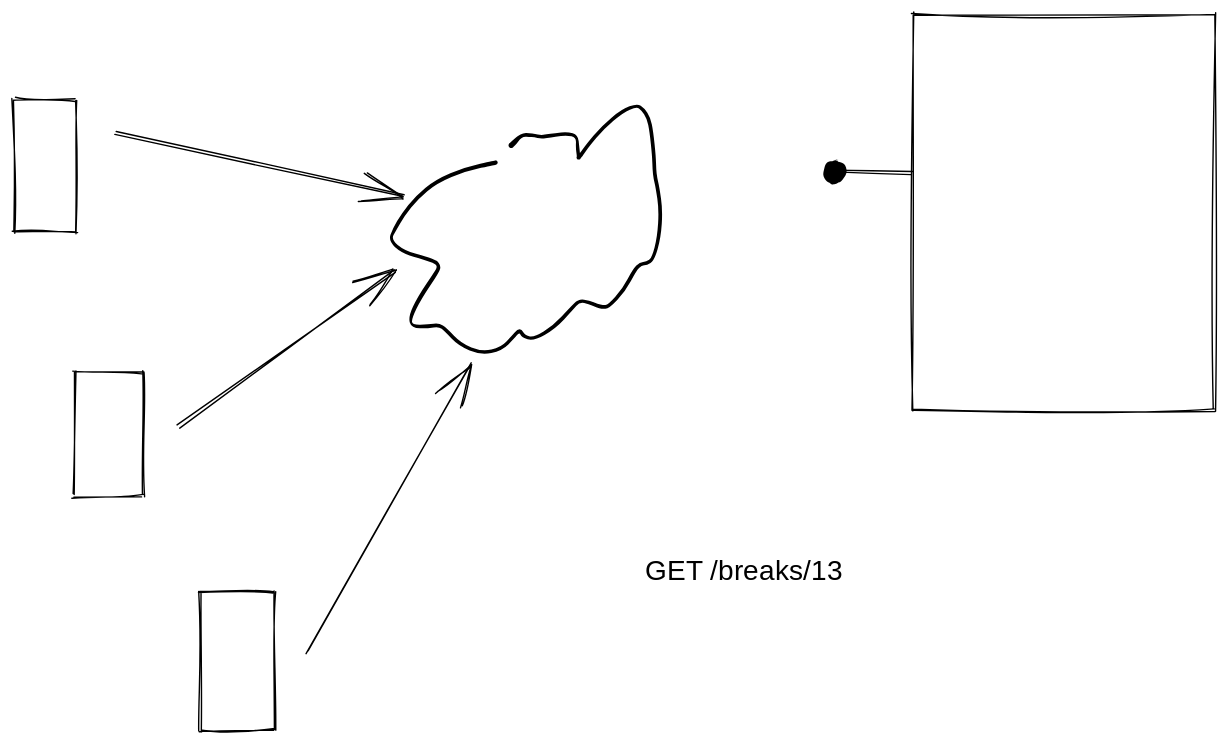
This is instructor-notes/distributed-apps.excalidraw.svg from hypertheory-training/intro-to-programming-dec-2022, a Excalidraw export, as it was before one commit. Source tidied: one line per element, renumbered; positions are measured from the earlier drawing's top-left corner, leaving out a move shared by most shapes. Source of this version:
```json
{"id": 0, "type": "rectangle", "strokeColor": "#000000", "strokeWidth": 1, "roughness": 1, "x": 642, "y": 0, "width": 216, "height": 283}
{"id": 1, "type": "rectangle", "strokeColor": "#000000", "strokeWidth": 1, "roughness": 1, "x": 0, "y": 61, "width": 44, "height": 94}
{"id": 2, "type": "rectangle", "strokeColor": "#000000", "strokeWidth": 1, "roughness": 1, "x": 43, "y": 255, "width": 49, "height": 89}
{"id": 3, "type": "rectangle", "strokeColor": "#000000", "strokeWidth": 1, "roughness": 1, "x": 133, "y": 412, "width": 53, "height": 100}
{"id": 4, "type": "freedraw", "strokeColor": "#000000", "strokeWidth": 1, "roughness": 1, "x": 344, "y": 106, "width": 198, "height": 184, "points": [[0, 0], [-37, 8], [-67, 34], [-77, 56], [-59, 70], [-37, 73], [-42, 80], [-66, 121], [-39, 117], [-32, 122], [1, 141], [19, 118], [19, 120], [33, 128], [63, 95], [72, 101], [79, 104], [100, 82], [107, 69], [116, 67], [119, 19], [113, 6], [113, -12], [108, -39], [98, -43], [66, -16], [58, -1], [58, -16], [46, -22], [32, -18], [25, -20], [17, -20], [14, -15], [11, -13], [11, -12]]}
{"id": 5, "type": "arrow", "strokeColor": "#000000", "strokeWidth": 1, "roughness": 1, "endArrowhead": "arrow", "x": 72, "y": 85, "width": 207, "height": 45, "points": [[0, 0], [207, 45]]}
{"id": 6, "type": "arrow", "strokeColor": "#000000", "strokeWidth": 1, "roughness": 1, "endArrowhead": "arrow", "x": 117, "y": 294, "width": 155, "height": 110, "points": [[0, 0], [155, -110]]}
{"id": 7, "type": "arrow", "strokeColor": "#000000", "strokeWidth": 1, "roughness": 1, "endArrowhead": "arrow", "x": 210, "y": 456, "width": 116, "height": 207, "points": [[0, 0], [116, -207]]}
{"id": 8, "type": "arrow", "strokeColor": "#000000", "strokeWidth": 1, "roughness": 1, "endArrowhead": "dot", "from": 0, "x": 641, "y": 113, "width": 56, "height": 1, "points": [[0, 0], [-56, -1]]}
{"id": 9, "type": "text", "text": "GET /breaks/13\n", "strokeColor": "#000000", "strokeWidth": 1, "roughness": 1, "fontSize": 20, "fontFamily": 3, "x": 451, "y": 382, "width": 136, "height": 54}
```
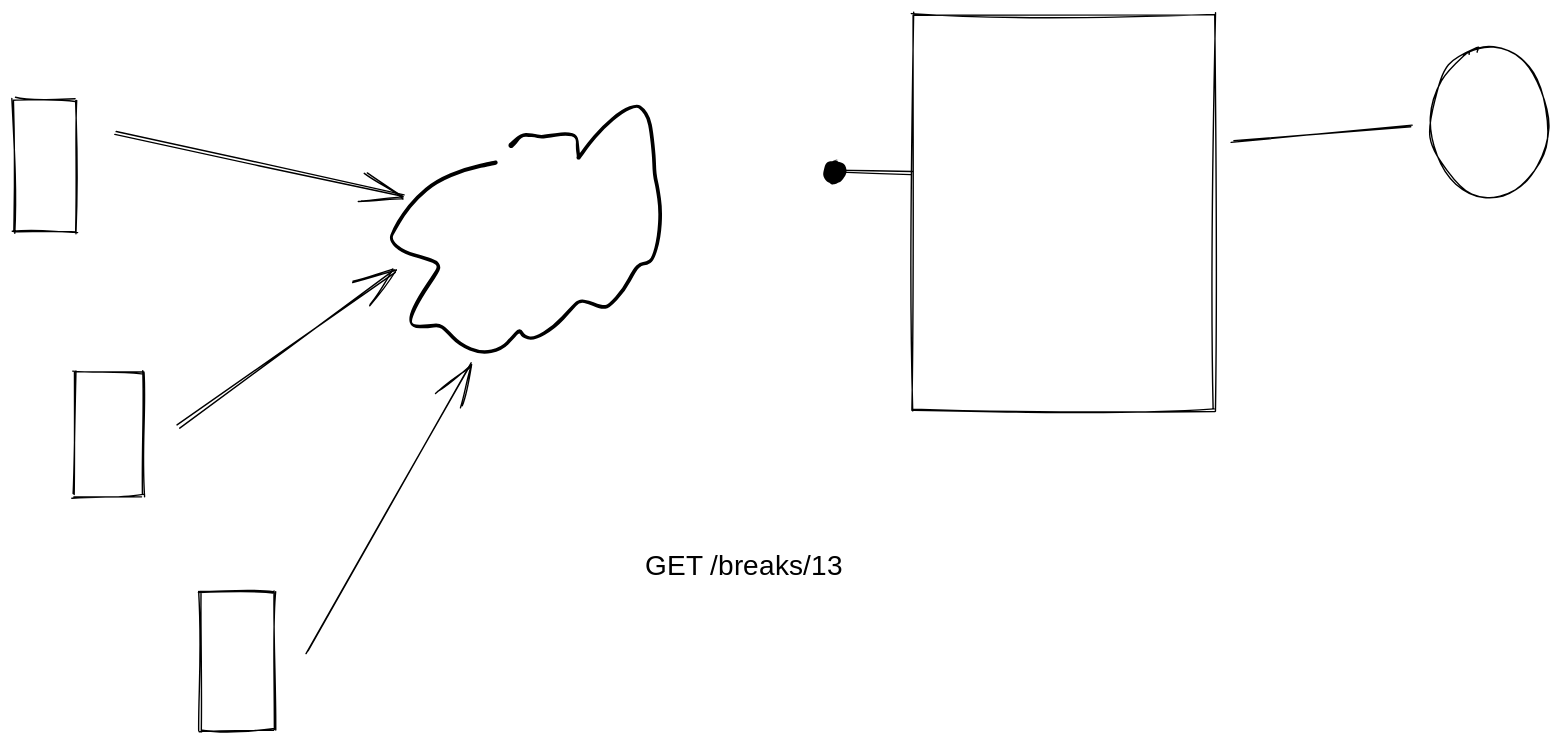
After the change.

The edit, as a diff of the source:
```diff
@@ -7,4 +7,6 @@
 {"id": 6, "type": "arrow", "strokeColor": "#000000", "strokeWidth": 1, "roughness": 1, "endArrowhead": "arrow", "x": 117, "y": 294, "width": 155, "height": 110, "points": [[0, 0], [155, -110]]}
 {"id": 7, "type": "arrow", "strokeColor": "#000000", "strokeWidth": 1, "roughness": 1, "endArrowhead": "arrow", "x": 210, "y": 456, "width": 116, "height": 207, "points": [[0, 0], [116, -207]]}
 {"id": 8, "type": "arrow", "strokeColor": "#000000", "strokeWidth": 1, "roughness": 1, "endArrowhead": "dot", "from": 0, "x": 641, "y": 113, "width": 56, "height": 1, "points": [[0, 0], [-56, -1]]}
-{"id": 9, "type": "text", "text": "GET /breaks/13\n", "strokeColor": "#000000", "strokeWidth": 1, "roughness": 1, "fontSize": 20, "fontFamily": 3, "x": 451, "y": 382, "width": 136, "height": 54}
+{"id": 9, "type": "text", "text": "GET /breaks/13\n", "strokeColor": "#000000", "strokeWidth": 1, "roughness": 1, "fontSize": 20, "fontFamily": 3, "x": 451, "y": 382, "width": 165, "height": 48}
+{"id": 10, "type": "line", "strokeColor": "#000000", "strokeWidth": 1, "roughness": 1, "x": 870, "y": 92, "width": 129, "height": 12, "points": [[0, 0], [129, -12]]}
+{"id": 11, "type": "ellipse", "strokeColor": "#000000", "strokeWidth": 1, "roughness": 1, "x": 1012, "y": 24, "width": 84, "height": 107}
```
